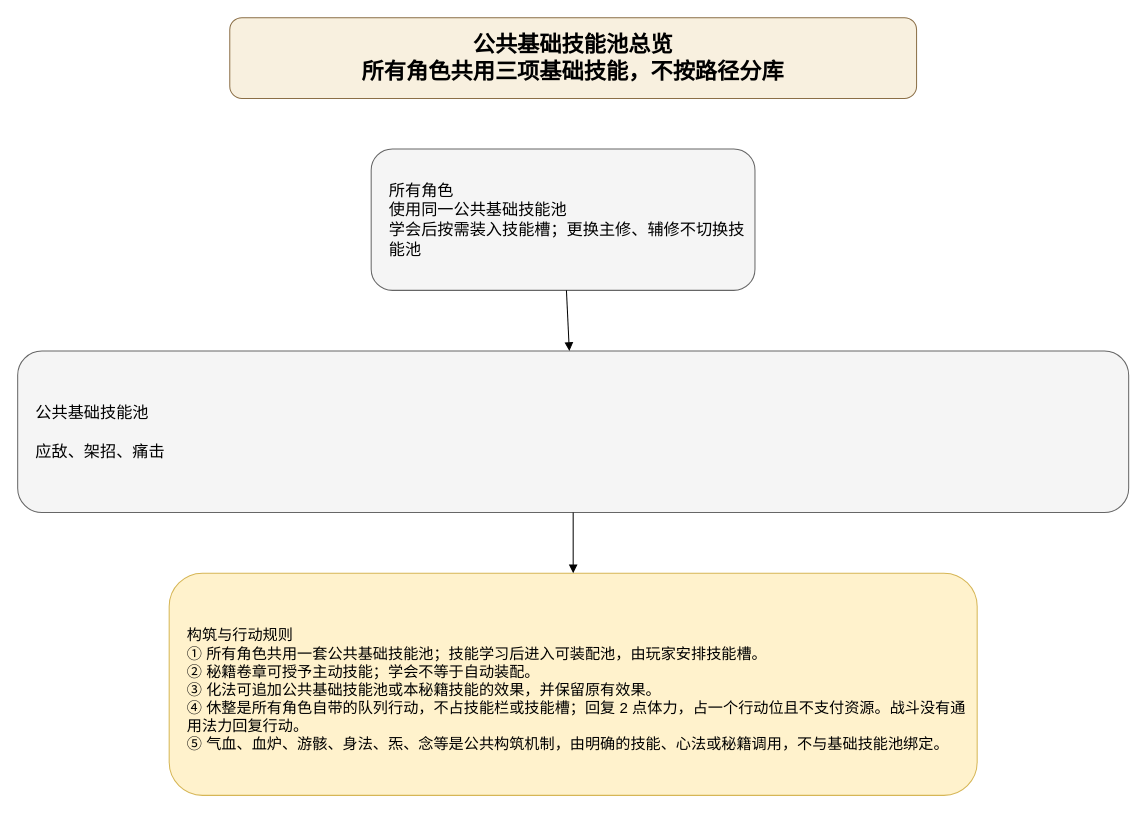
Earlier version of the draw.io diagram docs/基础牌库词典/drawio/基础牌库总览.drawio (ankundanetracyc-spec/tian-guan-you-du). Source tidied: cells renumbered, new cells numbered last; positions are measured from the earlier drawing's top-left corner, leaving out a move shared by most shapes. Both pictures are drawn from the tidied source at 101%, with x=0, y=0 at pixel (17, 17).
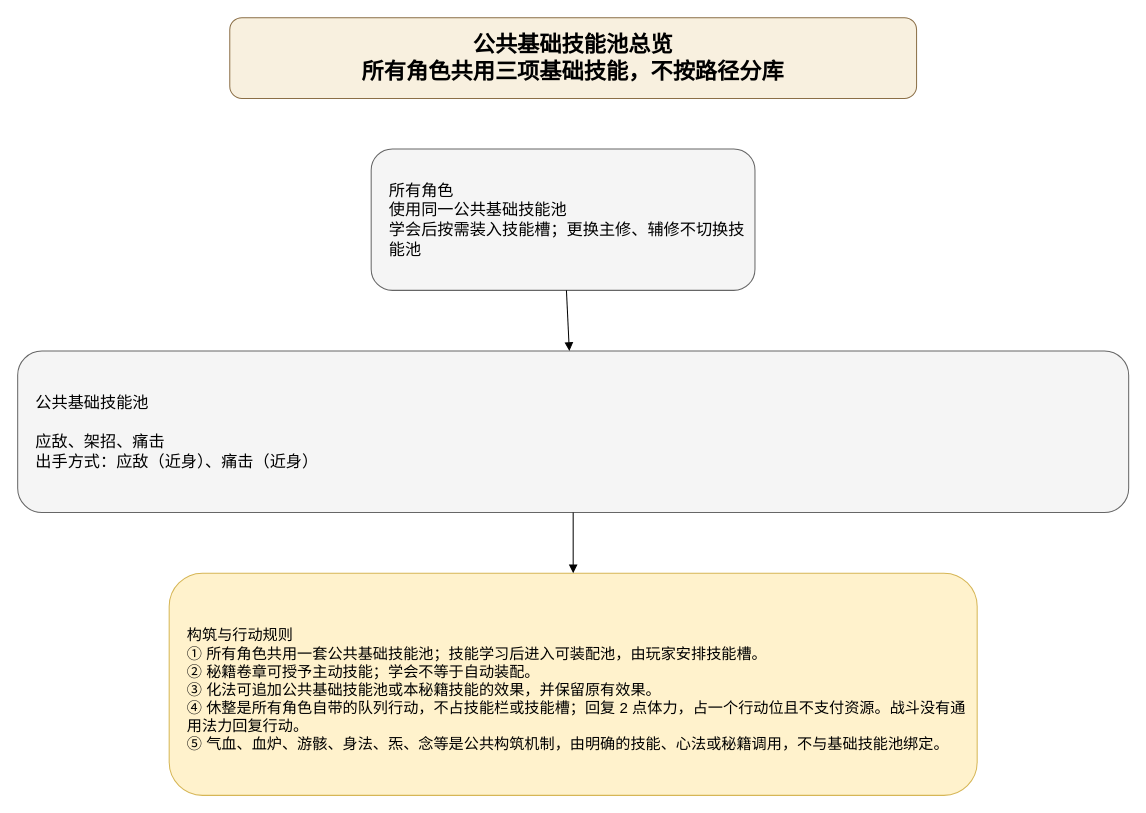
The same page after the edit.

Diff of the diagram source:
```diff
@@
 <mxGraphModel>
   <root>
     <mxCell id="0" />
     <mxCell id="1" parent="0" />
     <mxCell id="2" value="公共基础技能池总览&#10;所有角色共用三项基础技能，不按路径分库" style="rounded=1;whiteSpace=wrap;html=1;fillColor=#f8f0df;strokeColor=#8b6f47;fontSize=22;fontStyle=1;" parent="1" vertex="1">
       <mxGeometry x="210" width="680" height="80" as="geometry" />
     </mxCell>
     <mxCell id="3" value="所有角色&#10;使用同一公共基础技能池&#10;学会后按需装入技能槽；更换主修、辅修不切换技能池" style="rounded=1;whiteSpace=wrap;html=1;fillColor=#f5f5f5;strokeColor=#666666;fontSize=16;align=left;spacingLeft=16;" parent="1" vertex="1">
       <mxGeometry x="350" y="130" width="380" height="140" as="geometry" />
     </mxCell>
-    <mxCell id="4" value="公共基础技能池&#10;&#10;应敌、架招、痛击" style="rounded=1;whiteSpace=wrap;html=1;fillColor=#f5f5f5;strokeColor=#666666;fontSize=16;align=left;spacingLeft=16;" parent="1" vertex="1">
+    <mxCell id="4" value="公共基础技能池&#10;&#10;应敌、架招、痛击&#10;出手方式：应敌（近身）、痛击（近身）" style="rounded=1;whiteSpace=wrap;html=1;fillColor=#f5f5f5;strokeColor=#666666;fontSize=16;align=left;spacingLeft=16;" parent="1" vertex="1">
       <mxGeometry y="330" width="1100" height="160" as="geometry" />
     </mxCell>
     <mxCell id="5" value="构筑与行动规则&#10;① 所有角色共用一套公共基础技能池；技能学习后进入可装配池，由玩家安排技能槽。&#10;② 秘籍卷章可授予主动技能；学会不等于自动装配。&#10;③ 化法可追加公共基础技能池或本秘籍技能的效果，并保留原有效果。&#10;④ 休整是所有角色自带的队列行动，不占技能栏或技能槽；回复 2 点体力，占一个行动位且不支付资源。战斗没有通用法力回复行动。&#10;⑤ 气血、血炉、游骸、身法、炁、念等是公共构筑机制，由明确的技能、心法或秘籍调用，不与基础技能池绑定。" style="rounded=1;whiteSpace=wrap;html=1;fillColor=#fff2cc;strokeColor=#d6b656;fontSize=15;align=left;spacingLeft=16;spacingTop=10;" parent="1" vertex="1">
       <mxGeometry x="150" y="550" width="800" height="220" as="geometry" />
     </mxCell>
     <mxCell id="6" style="endArrow=block;html=1;" parent="1" edge="1" source="3" target="4">
       <mxGeometry relative="1" as="geometry" />
     </mxCell>
     <mxCell id="7" style="endArrow=block;html=1;edgeStyle=orthogonalEdgeStyle;" parent="1" edge="1" source="4" target="5">
       <mxGeometry relative="1" as="geometry" />
     </mxCell>
   </root>
 </mxGraphModel>
```
